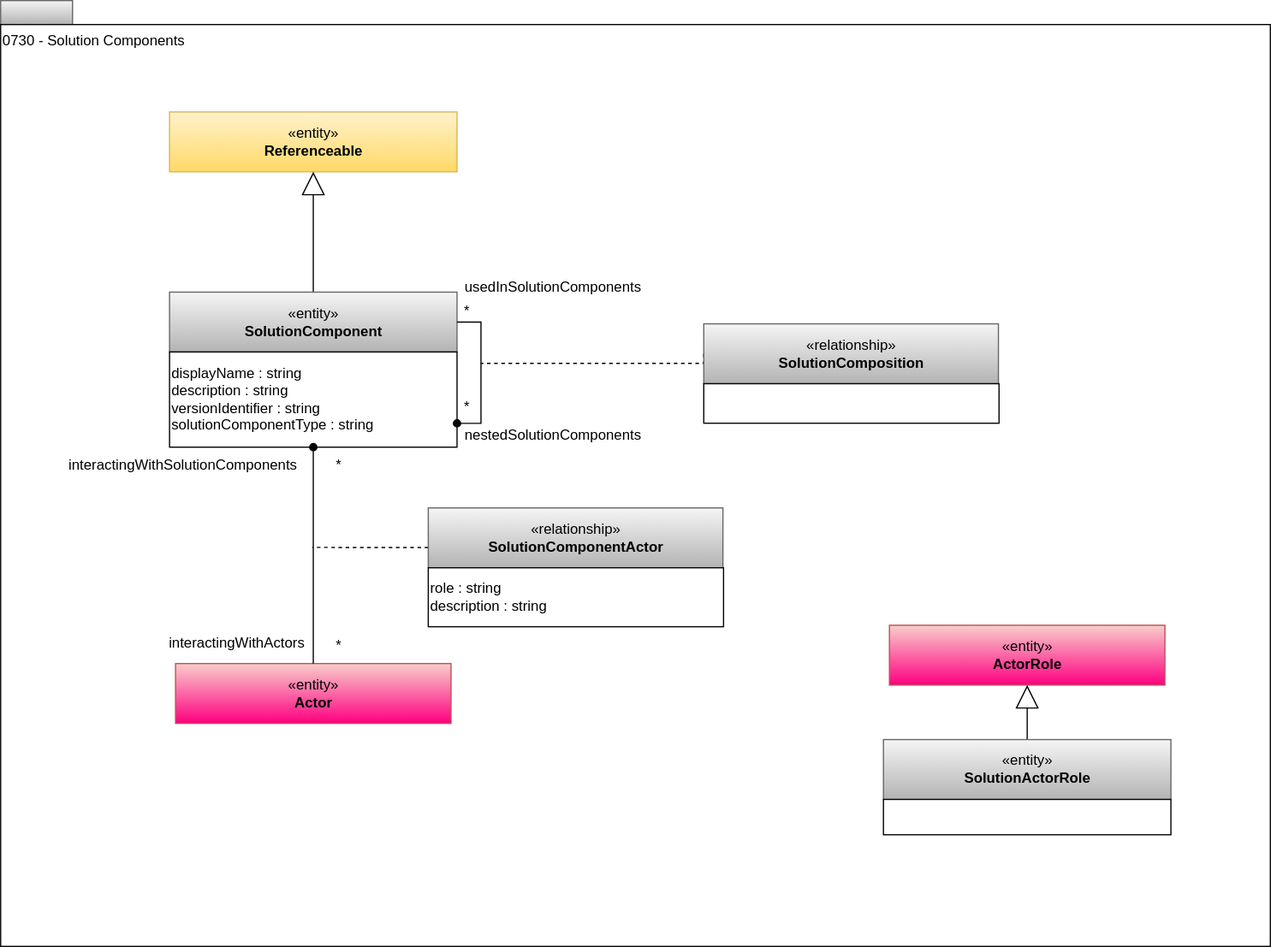
odpi/egeria-docs keeps this draw.io diagram as site/docs/types/7/0730-Solution-Components.svg. Above is the earlier version. Source tidied: cells renumbered, new cells last; positions are measured from the earlier drawing's top-left corner, leaving out a move shared by most shapes.
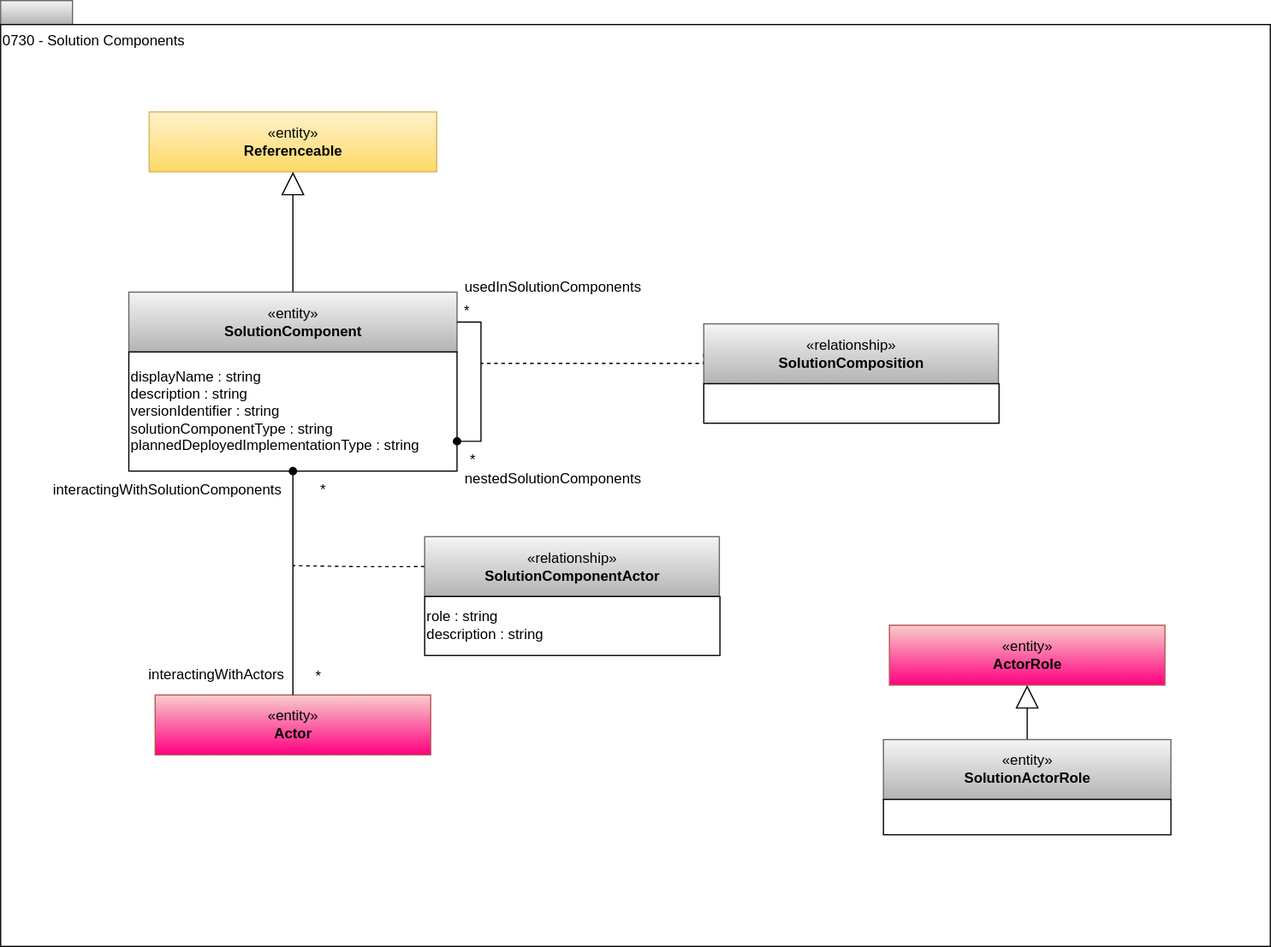
The same file after the commit.

Change to the diagram source:
```diff
@@ -9,7 +9,7 @@
       <mxGeometry y="20" width="1060" height="770" as="geometry" />
     </mxCell>
     <mxCell id="4" value="«entity»&lt;br&gt;&lt;b&gt;Referenceable&lt;/b&gt;" style="html=1;strokeColor=#d6b656;align=center;fillColor=#fff2cc;gradientColor=#ffd966;" parent="1" vertex="1">
-      <mxGeometry x="141" y="93" width="240" height="50" as="geometry" />
+      <mxGeometry x="124" y="93" width="240" height="50" as="geometry" />
     </mxCell>
     <mxCell id="5" style="edgeStyle=orthogonalEdgeStyle;rounded=0;html=1;exitX=0;exitY=0.5;dashed=1;endArrow=none;endFill=0;jettySize=auto;exitDx=0;exitDy=0;" parent="1" edge="1" source="6">
       <mxGeometry relative="1" as="geometry">
@@ -29,10 +29,10 @@
       <mxGeometry relative="1" as="geometry" />
     </mxCell>
     <mxCell id="9" value="«entity»&lt;br&gt;&lt;b&gt;SolutionComponent&lt;/b&gt;" style="html=1;strokeColor=#666666;align=center;fillColor=#f5f5f5;gradientColor=#b3b3b3;" parent="1" vertex="1">
-      <mxGeometry x="141" y="243.5" width="240" height="50" as="geometry" />
+      <mxGeometry x="107" y="243.5" width="274" height="50" as="geometry" />
     </mxCell>
-    <mxCell id="10" value="displayName : string&lt;br&gt;description : string&lt;br&gt;versionIdentifier : string&lt;br&gt;&lt;div style=&quot;text-align: left&quot;&gt;&lt;/div&gt;&lt;div&gt;solutionComponentType : string&lt;/div&gt;" style="rounded=0;whiteSpace=wrap;html=1;strokeColor=#000000;gradientColor=#ffffff;align=left;" parent="1" vertex="1">
-      <mxGeometry x="141" y="293.5" width="240" height="79.5" as="geometry" />
+    <mxCell id="10" value="displayName : string&lt;br&gt;description : string&lt;br&gt;versionIdentifier : string&lt;br&gt;&lt;div style=&quot;text-align: left&quot;&gt;&lt;/div&gt;&lt;div&gt;solutionComponentType : string&lt;/div&gt;&lt;div&gt;plannedDeployedImplementationType : string&lt;/div&gt;" style="rounded=0;whiteSpace=wrap;html=1;strokeColor=#000000;gradientColor=#ffffff;align=left;" parent="1" vertex="1">
+      <mxGeometry x="107" y="293.5" width="274" height="99.5" as="geometry" />
     </mxCell>
     <mxCell id="11" value="usedInSolutionComponents" style="text;html=1;align=center;verticalAlign=top;spacingTop=-4;" parent="1" vertex="1">
       <mxGeometry x="381" y="229.5" width="160" height="20" as="geometry" />
@@ -41,42 +41,39 @@
       <mxGeometry x="381" y="249.5" width="15" height="14" as="geometry" />
     </mxCell>
     <mxCell id="13" value="*" style="text;html=1;align=center;verticalAlign=top;spacingTop=-4;" parent="1" vertex="1">
-      <mxGeometry x="381" y="329.5" width="15" height="14" as="geometry" />
+      <mxGeometry x="386" y="374" width="15" height="14" as="geometry" />
     </mxCell>
     <mxCell id="14" value="nestedSolutionComponents" style="text;html=1;align=center;verticalAlign=top;spacingTop=-4;" parent="1" vertex="1">
-      <mxGeometry x="381" y="353" width="160" height="20" as="geometry" />
+      <mxGeometry x="381" y="390" width="160" height="20" as="geometry" />
     </mxCell>
     <mxCell id="15" style="edgeStyle=orthogonalEdgeStyle;rounded=0;html=1;exitX=1;exitY=0.75;entryX=1;entryY=0.5;endArrow=none;endFill=0;jettySize=auto;entryDx=0;entryDy=0;exitDx=0;exitDy=0;startArrow=oval;startFill=1;" parent="1" edge="1" source="10" target="9">
       <mxGeometry relative="1" as="geometry" />
     </mxCell>
     <mxCell id="16" value="«entity»&lt;br&gt;&lt;b&gt;Actor&lt;/b&gt;" style="html=1;strokeColor=#b85450;align=center;fillColor=#f8cecc;gradientColor=#FF0080;" parent="1" vertex="1">
-      <mxGeometry x="146" y="553.8" width="230" height="50" as="geometry" />
+      <mxGeometry x="129" y="580" width="230" height="50" as="geometry" />
     </mxCell>
     <mxCell id="17" style="edgeStyle=orthogonalEdgeStyle;rounded=0;html=1;exitX=0;exitY=0.5;dashed=1;endArrow=none;endFill=0;jettySize=auto;exitDx=0;exitDy=0;" parent="1" edge="1" source="18">
       <mxGeometry relative="1" as="geometry">
-        <mxPoint x="260" y="456.8" as="targetPoint" />
-        <Array as="points">
-          <mxPoint x="446" y="456.5" />
-        </Array>
+        <mxPoint x="244" y="472" as="targetPoint" />
       </mxGeometry>
     </mxCell>
     <mxCell id="18" value="«relationship»&lt;br&gt;&lt;b&gt;SolutionComponentActor&lt;/b&gt;" style="html=1;strokeColor=#666666;align=center;fillColor=#f5f5f5;gradientColor=#b3b3b3;" parent="1" vertex="1">
-      <mxGeometry x="357" y="423.8" width="246" height="50" as="geometry" />
+      <mxGeometry x="354" y="447.8" width="246" height="50" as="geometry" />
     </mxCell>
     <mxCell id="19" value="role : string&lt;div&gt;description : string&lt;/div&gt;" style="rounded=0;whiteSpace=wrap;html=1;strokeColor=#000000;gradientColor=#ffffff;align=left;" parent="1" vertex="1">
-      <mxGeometry x="357" y="473.8" width="246.5" height="49.2" as="geometry" />
+      <mxGeometry x="354" y="497.8" width="246.5" height="49.2" as="geometry" />
     </mxCell>
     <mxCell id="20" value="interactingWithSolutionComponents" style="text;html=1;align=center;verticalAlign=middle;strokeColor=none;fillColor=none;" parent="1" vertex="1">
-      <mxGeometry x="47" y="373" width="210" height="30" as="geometry" />
+      <mxGeometry x="34" y="394" width="210" height="30" as="geometry" />
     </mxCell>
     <mxCell id="21" value="interactingWithActors" style="text;html=1;align=center;verticalAlign=middle;strokeColor=none;fillColor=none;" parent="1" vertex="1">
-      <mxGeometry x="127" y="521.8" width="140" height="30" as="geometry" />
+      <mxGeometry x="110" y="548" width="140" height="30" as="geometry" />
     </mxCell>
     <mxCell id="22" value="*" style="text;html=1;align=center;verticalAlign=middle;strokeColor=none;fillColor=none;" parent="1" vertex="1">
-      <mxGeometry x="267" y="523.8" width="30" height="30" as="geometry" />
+      <mxGeometry x="250" y="550" width="30" height="30" as="geometry" />
     </mxCell>
     <mxCell id="23" value="*" style="text;html=1;align=center;verticalAlign=middle;strokeColor=none;fillColor=none;" parent="1" vertex="1">
-      <mxGeometry x="267" y="373" width="30" height="30" as="geometry" />
+      <mxGeometry x="254" y="394" width="30" height="30" as="geometry" />
     </mxCell>
     <mxCell id="24" style="edgeStyle=orthogonalEdgeStyle;rounded=0;jettySize=auto;html=1;exitX=0.5;exitY=1;exitDx=0;exitDy=0;endArrow=none;endFill=0;startArrow=oval;startFill=1;" parent="1" edge="1" source="10" target="16">
       <mxGeometry relative="1" as="geometry" />
```
